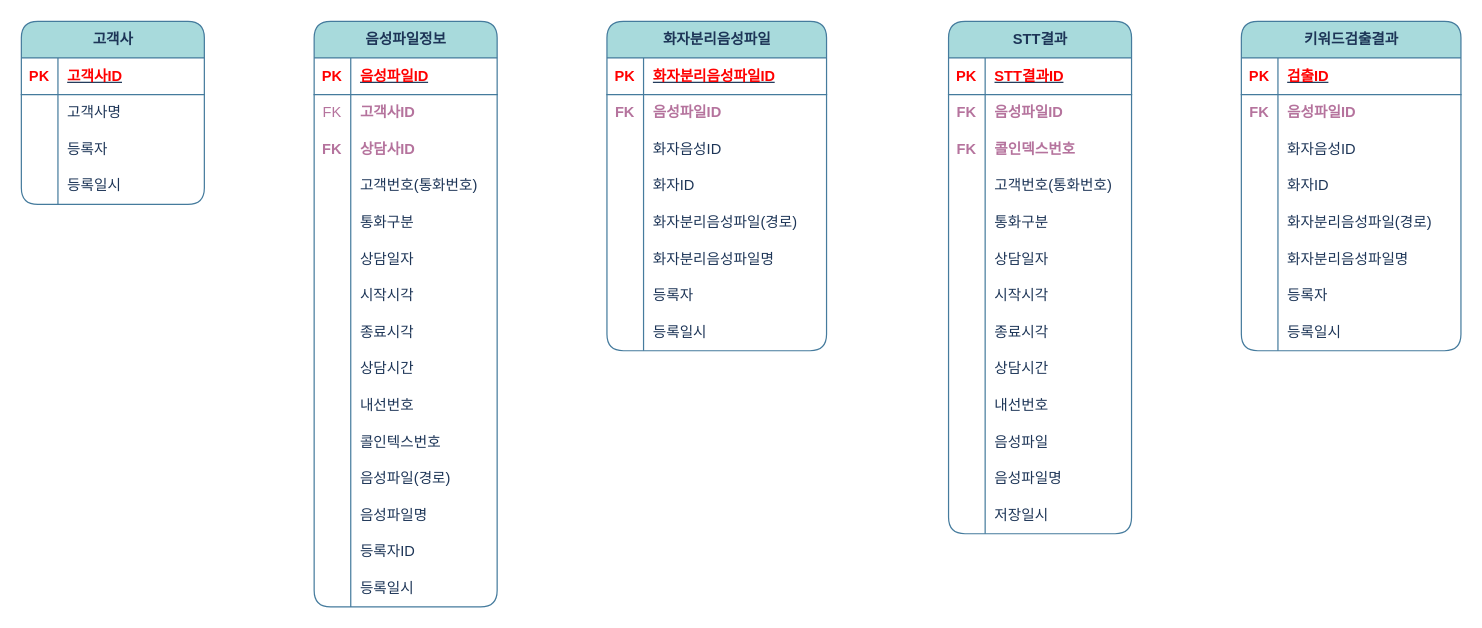
The draw.io diagram page "업무중심" (6 of 6) of 제목 없는 다이어그램.drawio in wishholic/ERD, before the edit. Source tidied: cells renumbered, new cells numbered last; positions are measured from the earlier drawing's top-left corner, leaving out a move shared by most shapes. Both pictures are drawn from the tidied source at 122%, with x=0, y=0 at pixel (21, 21).
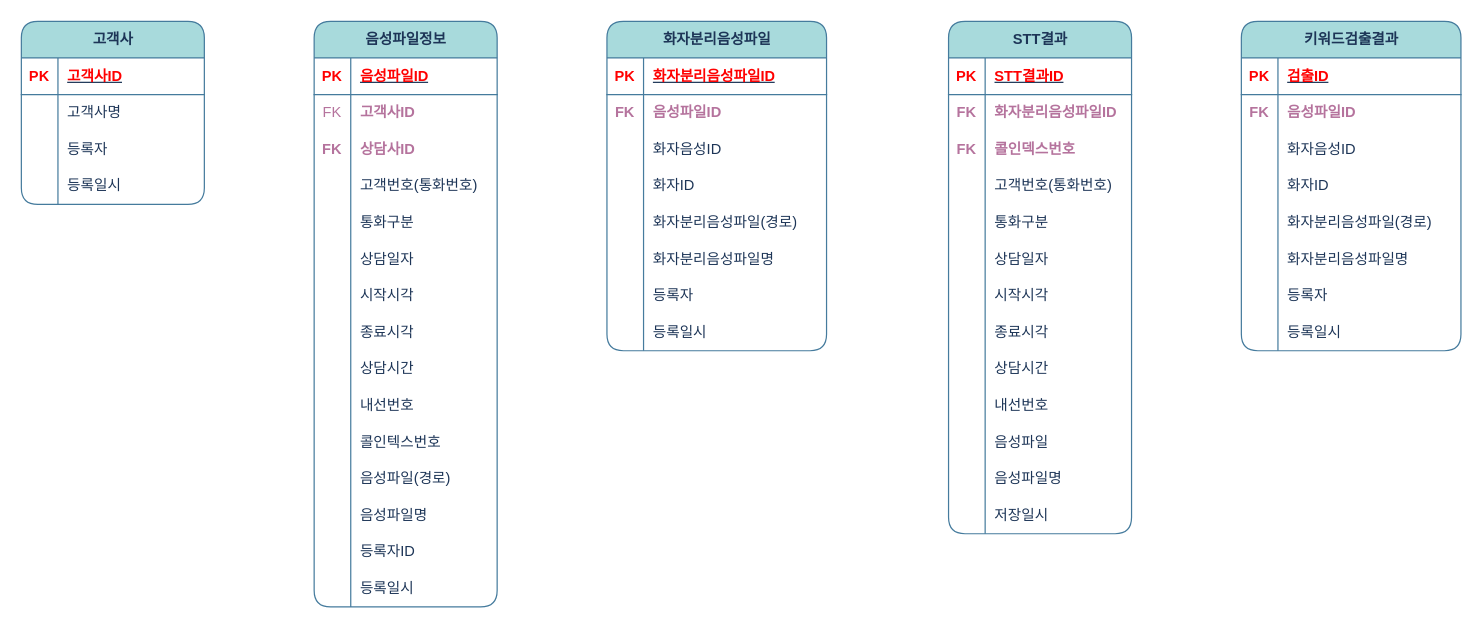
Above is the later version.

Commit message (it also covers changes not shown here):
제목 없는 다이어그램.drawio 업데이트

The change refers to these unchanged cells:
```xml
<mxCell id="65" style="shape=tableRow;horizontal=0;startSize=0;swimlaneHead=0;swimlaneBody=0;fillColor=none;top=0;left=0;right=0;bottom=0;rounded=1;labelBackgroundColor=none;strokeColor=#457B9D;fontColor=#1D3557;" parent="61" vertex="1">
  <mxGeometry y="60" width="150" height="30" as="geometry" />
</mxCell>
```

What changed in the source:
```diff
@@
-    <mxCell id="67" value="&lt;font color=&quot;#b5739d&quot;&gt;&lt;b&gt;음성파일ID&lt;/b&gt;&lt;/font&gt;" style="shape=partialRectangle;fillColor=none;top=0;left=0;bottom=0;right=0;align=left;spacingLeft=6;overflow=hidden;whiteSpace=wrap;html=1;rounded=1;labelBackgroundColor=none;strokeColor=#457B9D;fontColor=#1D3557;" parent="65" vertex="1">
+    <mxCell id="67" value="&lt;font color=&quot;#b5739d&quot;&gt;&lt;b&gt;화자분리음성파일ID&lt;/b&gt;&lt;/font&gt;" style="shape=partialRectangle;fillColor=none;top=0;left=0;bottom=0;right=0;align=left;spacingLeft=6;overflow=hidden;whiteSpace=wrap;html=1;rounded=1;labelBackgroundColor=none;strokeColor=#457B9D;fontColor=#1D3557;" parent="65" vertex="1">
       <mxGeometry x="30" width="120" height="30" as="geometry" />
     </mxCell>
```
